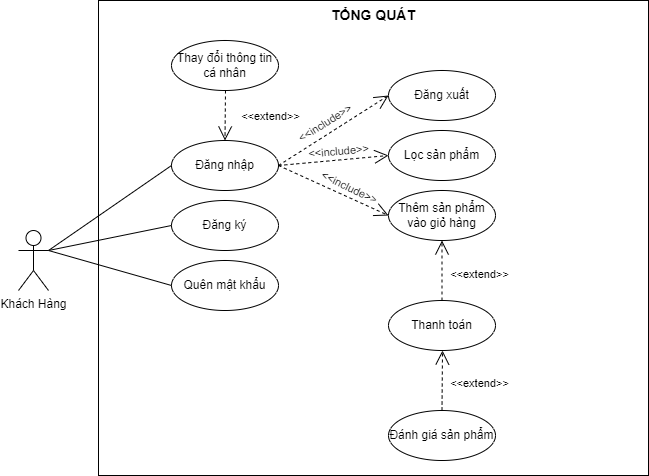
Before: report/images/usecase/DACS1-customer_global-usecase.drawio.png, a diagram exported from draw.io (vietviet08/CATCOSY). Source tidied: cells renumbered, new cells last; positions are measured from the earlier drawing's top-left corner, leaving out a move shared by most shapes.
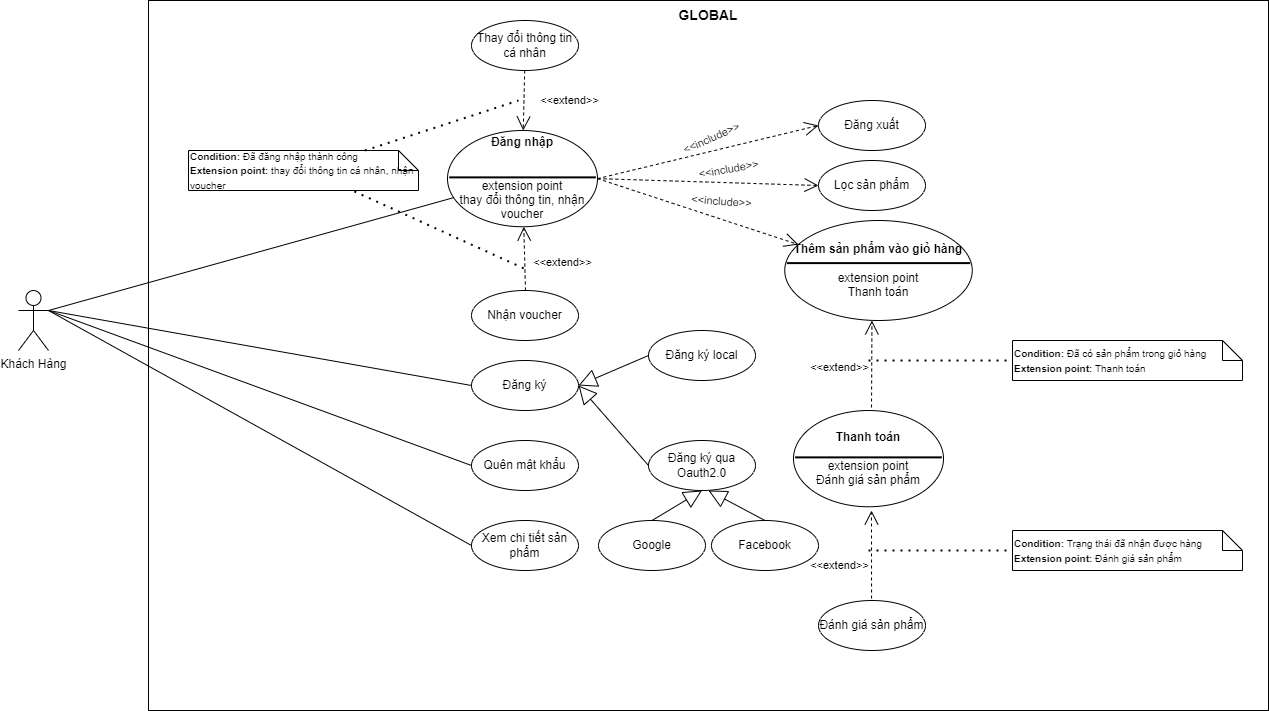
The same file after the commit.

Diff of the diagram source:
```diff
@@ -2,104 +2,201 @@
   <root>
     <mxCell id="0" />
     <mxCell id="1" parent="0" />
-    <mxCell id="2" style="edgeStyle=orthogonalEdgeStyle;rounded=0;jettySize=auto;html=1;exitX=1;exitY=0.3333333333333333;exitDx=0;exitDy=0;exitPerimeter=0;" parent="1" edge="1" source="3">
-      <mxGeometry relative="1" as="geometry">
-        <mxPoint x="30.5" y="250" as="targetPoint" />
-      </mxGeometry>
-    </mxCell>
     <mxCell id="3" value="Khách Hàng" style="shape=umlActor;verticalLabelPosition=bottom;verticalAlign=top;html=1;" parent="1" vertex="1">
-      <mxGeometry y="230" width="30" height="60" as="geometry" />
+      <mxGeometry x="-300" y="230" width="30" height="60" as="geometry" />
     </mxCell>
-    <mxCell id="4" value="&lt;span style=&quot;font-size: 14px;&quot;&gt;&lt;b&gt;TỔNG QUÁT&lt;/b&gt;&lt;/span&gt;" style="whiteSpace=wrap;html=1;verticalAlign=top;" parent="1" vertex="1">
-      <mxGeometry x="80" width="550" height="475" as="geometry" />
+    <mxCell id="4" value="&lt;span style=&quot;font-size: 14px;&quot;&gt;&lt;b&gt;GLOBAL&lt;/b&gt;&lt;/span&gt;" style="whiteSpace=wrap;html=1;verticalAlign=top;" parent="1" vertex="1">
+      <mxGeometry x="-170" y="-60" width="1120" height="710" as="geometry" />
     </mxCell>
-    <mxCell id="5" value="Đăng nhập" style="ellipse;whiteSpace=wrap;html=1;" parent="1" vertex="1">
-      <mxGeometry x="153" y="140" width="107" height="50" as="geometry" />
-    </mxCell>
-    <mxCell id="6" style="endArrow=none;html=1;rounded=0;exitX=1;exitY=0.3333333333333333;exitDx=0;exitDy=0;exitPerimeter=0;entryX=0;entryY=0.5;entryDx=0;entryDy=0;" parent="1" edge="1" source="3" target="5">
+    <mxCell id="6" style="endArrow=none;html=1;rounded=0;exitX=1;exitY=0.3333333333333333;exitDx=0;exitDy=0;exitPerimeter=0;" parent="1" edge="1" source="3" target="49">
       <mxGeometry relative="1" as="geometry" />
     </mxCell>
     <mxCell id="7" value="Đăng ký&lt;span style=&quot;color: rgba(0, 0, 0, 0); font-family: monospace; font-size: 0px; text-align: start; text-wrap: nowrap;&quot;&gt;%3CmxGraphModel%3E%3Croot%3E%3CmxCell%20id%3D%220%22%2F%3E%3CmxCell%20id%3D%221%22%20parent%3D%220%22%2F%3E%3CmxCell%20id%3D%222%22%20value%3D%22%C4%90%C4%83ng%20nh%E1%BA%ADp%22%20style%3D%22ellipse%3BwhiteSpace%3Dwrap%3Bhtml%3D1%3B%22%20vertex%3D%221%22%20parent%3D%221%22%3E%3CmxGeometry%20x%3D%22343%22%20y%3D%22200%22%20width%3D%22107%22%20height%3D%2250%22%20as%3D%22geometry%22%2F%3E%3C%2FmxCell%3E%3C%2Froot%3E%3C%2FmxGraphModel%3E&lt;/span&gt;" style="ellipse;whiteSpace=wrap;html=1;" parent="1" vertex="1">
-      <mxGeometry x="153" y="200" width="107" height="50" as="geometry" />
+      <mxGeometry x="153" y="300" width="107" height="50" as="geometry" />
     </mxCell>
     <mxCell id="8" value="Đăng xuất" style="ellipse;whiteSpace=wrap;html=1;" parent="1" vertex="1">
-      <mxGeometry x="370" y="70" width="107" height="50" as="geometry" />
+      <mxGeometry x="500" y="40" width="107" height="50" as="geometry" />
     </mxCell>
     <mxCell id="9" value="Quên mật khẩu" style="ellipse;whiteSpace=wrap;html=1;" parent="1" vertex="1">
-      <mxGeometry x="153" y="260" width="107" height="50" as="geometry" />
+      <mxGeometry x="153" y="380" width="107" height="50" as="geometry" />
     </mxCell>
     <mxCell id="10" value="Lọc sản phẩm" style="ellipse;whiteSpace=wrap;html=1;" parent="1" vertex="1">
-      <mxGeometry x="370" y="130" width="107" height="50" as="geometry" />
+      <mxGeometry x="500" y="100" width="107" height="50" as="geometry" />
     </mxCell>
-    <mxCell id="11" value="Thêm sản phẩm vào giỏ hàng" style="ellipse;whiteSpace=wrap;html=1;" parent="1" vertex="1">
-      <mxGeometry x="370" y="190" width="107" height="50" as="geometry" />
-    </mxCell>
     <mxCell id="12" style="endArrow=none;html=1;rounded=0;exitX=1;exitY=0.3333333333333333;exitDx=0;exitDy=0;exitPerimeter=0;entryX=0;entryY=0.5;entryDx=0;entryDy=0;" parent="1" edge="1" source="3" target="7">
       <mxGeometry relative="1" as="geometry" />
     </mxCell>
     <mxCell id="13" style="endArrow=none;html=1;rounded=0;exitX=1;exitY=0.3333333333333333;exitDx=0;exitDy=0;exitPerimeter=0;entryX=0;entryY=0.5;entryDx=0;entryDy=0;" parent="1" edge="1" source="3" target="9">
       <mxGeometry relative="1" as="geometry" />
     </mxCell>
-    <mxCell id="14" style="endArrow=open;endSize=12;dashed=1;html=1;rounded=0;exitX=1;exitY=0.5;exitDx=0;exitDy=0;entryX=0;entryY=0.5;entryDx=0;entryDy=0;" parent="1" edge="1" source="5" target="8">
+    <mxCell id="14" style="endArrow=open;endSize=12;dashed=1;html=1;rounded=0;exitX=1;exitY=0.5;exitDx=0;exitDy=0;entryX=0;entryY=0.5;entryDx=0;entryDy=0;" parent="1" edge="1" source="49" target="8">
       <mxGeometry relative="1" as="geometry" />
     </mxCell>
-    <mxCell id="15" value="&amp;lt;&amp;lt;include&amp;gt;&amp;gt;" style="edgeLabel;html=1;align=center;verticalAlign=middle;rotation=328;" parent="14" vertex="1">
+    <mxCell id="15" value="&amp;lt;&amp;lt;include&amp;gt;&amp;gt;" style="edgeLabel;html=1;align=center;verticalAlign=middle;rotation=336;" parent="14" vertex="1">
       <mxGeometry x="-0.05" y="4" relative="1" as="geometry">
-        <mxPoint x="-4" y="-5" as="offset" />
+        <mxPoint x="9" y="-11" as="offset" />
       </mxGeometry>
     </mxCell>
-    <mxCell id="16" style="endArrow=open;endSize=12;dashed=1;html=1;rounded=0;exitX=1;exitY=0.5;exitDx=0;exitDy=0;entryX=0;entryY=0.5;entryDx=0;entryDy=0;" parent="1" edge="1" source="5" target="10">
+    <mxCell id="16" style="endArrow=open;endSize=12;dashed=1;html=1;rounded=0;exitX=1;exitY=0.5;exitDx=0;exitDy=0;entryX=0;entryY=0.5;entryDx=0;entryDy=0;" parent="1" edge="1" source="49" target="10">
       <mxGeometry relative="1" as="geometry" />
     </mxCell>
-    <mxCell id="17" value="&amp;lt;&amp;lt;include&amp;gt;&amp;gt;" style="edgeLabel;html=1;align=center;verticalAlign=middle;rotation=-5;" parent="16" vertex="1">
+    <mxCell id="17" value="&amp;lt;&amp;lt;include&amp;gt;&amp;gt;" style="edgeLabel;html=1;align=center;verticalAlign=middle;rotation=350;" parent="16" vertex="1">
       <mxGeometry x="-0.05" y="4" relative="1" as="geometry">
-        <mxPoint x="8" y="-6" as="offset" />
+        <mxPoint x="25" y="-9" as="offset" />
       </mxGeometry>
     </mxCell>
-    <mxCell id="18" style="endArrow=open;endSize=12;dashed=1;html=1;rounded=0;exitX=1;exitY=0.5;exitDx=0;exitDy=0;entryX=0;entryY=0.5;entryDx=0;entryDy=0;" parent="1" edge="1" source="5" target="11">
+    <mxCell id="18" style="endArrow=open;endSize=12;dashed=1;html=1;rounded=0;exitX=1;exitY=0.5;exitDx=0;exitDy=0;" parent="1" edge="1" source="49" target="37">
       <mxGeometry relative="1" as="geometry" />
     </mxCell>
-    <mxCell id="19" value="&amp;lt;&amp;lt;include&amp;gt;&amp;gt;" style="edgeLabel;html=1;align=center;verticalAlign=middle;rotation=26;" parent="18" vertex="1">
+    <mxCell id="19" value="&amp;lt;&amp;lt;include&amp;gt;&amp;gt;" style="edgeLabel;html=1;align=center;verticalAlign=middle;rotation=4;" parent="18" vertex="1">
       <mxGeometry x="-0.05" y="4" relative="1" as="geometry">
-        <mxPoint x="17" y="1" as="offset" />
+        <mxPoint x="27" y="-5" as="offset" />
       </mxGeometry>
     </mxCell>
-    <mxCell id="20" value="Thanh toán" style="ellipse;whiteSpace=wrap;html=1;" parent="1" vertex="1">
-      <mxGeometry x="370" y="300" width="107" height="50" as="geometry" />
-    </mxCell>
-    <mxCell id="21" style="endArrow=open;endSize=12;dashed=1;html=1;rounded=0;exitX=0.5;exitY=0;exitDx=0;exitDy=0;entryX=0.5;entryY=1;entryDx=0;entryDy=0;" parent="1" edge="1" source="20" target="11">
-      <mxGeometry relative="1" as="geometry" />
+    <mxCell id="21" style="endArrow=open;endSize=12;dashed=1;html=1;rounded=0;entryX=0.465;entryY=1;entryDx=0;entryDy=0;entryPerimeter=0;" parent="1" edge="1" target="37">
+      <mxGeometry relative="1" as="geometry">
+        <mxPoint x="553" y="353" as="sourcePoint" />
+      </mxGeometry>
     </mxCell>
     <mxCell id="22" value="&amp;lt;&amp;lt;extend&amp;gt;&amp;gt;" style="edgeLabel;html=1;align=center;verticalAlign=middle;rotation=0;" parent="21" vertex="1">
       <mxGeometry x="-0.05" y="4" relative="1" as="geometry">
-        <mxPoint x="41" y="1" as="offset" />
+        <mxPoint x="-29" y="-2" as="offset" />
       </mxGeometry>
     </mxCell>
-    <mxCell id="23" value="Đánh giá sản phẩm" style="ellipse;whiteSpace=wrap;html=1;" parent="1" vertex="1">
-      <mxGeometry x="370" y="410" width="107" height="50" as="geometry" />
-    </mxCell>
-    <mxCell id="24" style="endArrow=open;endSize=12;dashed=1;html=1;rounded=0;exitX=0.5;exitY=0;exitDx=0;exitDy=0;entryX=0.5;entryY=1;entryDx=0;entryDy=0;" parent="1" edge="1" source="23">
+    <mxCell id="24" style="endArrow=open;endSize=12;dashed=1;html=1;rounded=0;exitX=0.5;exitY=0;exitDx=0;exitDy=0;" parent="1" edge="1">
       <mxGeometry relative="1" as="geometry">
-        <mxPoint x="424" y="350" as="targetPoint" />
+        <mxPoint x="553.1" y="550" as="sourcePoint" />
+        <mxPoint x="553" y="450" as="targetPoint" />
       </mxGeometry>
     </mxCell>
     <mxCell id="25" value="&amp;lt;&amp;lt;extend&amp;gt;&amp;gt;" style="edgeLabel;html=1;align=center;verticalAlign=middle;rotation=0;" parent="24" vertex="1">
       <mxGeometry x="-0.05" y="4" relative="1" as="geometry">
-        <mxPoint x="41" y="1" as="offset" />
+        <mxPoint x="-29" y="1" as="offset" />
       </mxGeometry>
     </mxCell>
     <mxCell id="26" value="Thay đổi thông tin cá nhân" style="ellipse;whiteSpace=wrap;html=1;" parent="1" vertex="1">
-      <mxGeometry x="153" y="40" width="107" height="50" as="geometry" />
+      <mxGeometry x="153" y="-40" width="107" height="50" as="geometry" />
     </mxCell>
-    <mxCell id="27" style="endArrow=open;endSize=12;dashed=1;html=1;rounded=0;entryX=0.5;entryY=0;entryDx=0;entryDy=0;" parent="1" edge="1" target="5">
-      <mxGeometry relative="1" as="geometry">
-        <mxPoint x="207" y="90" as="sourcePoint" />
-      </mxGeometry>
+    <mxCell id="27" style="endArrow=open;endSize=12;dashed=1;html=1;rounded=0;" parent="1" edge="1" source="26" target="49">
+      <mxGeometry relative="1" as="geometry" />
     </mxCell>
     <mxCell id="28" value="&amp;lt;&amp;lt;extend&amp;gt;&amp;gt;" style="edgeLabel;html=1;align=center;verticalAlign=middle;rotation=0;" parent="27" vertex="1">
       <mxGeometry x="-0.05" y="4" relative="1" as="geometry">
         <mxPoint x="41" y="1" as="offset" />
       </mxGeometry>
     </mxCell>
+    <mxCell id="29" value="Đăng ký local" style="ellipse;whiteSpace=wrap;html=1;" parent="1" vertex="1">
+      <mxGeometry x="330" y="270" width="107" height="50" as="geometry" />
+    </mxCell>
+    <mxCell id="30" value="Đăng ký qua Oauth2.0" style="ellipse;whiteSpace=wrap;html=1;" parent="1" vertex="1">
+      <mxGeometry x="330" y="380" width="107" height="50" as="geometry" />
+    </mxCell>
+    <mxCell id="31" value="Nhận voucher" style="ellipse;whiteSpace=wrap;html=1;" parent="1" vertex="1">
+      <mxGeometry x="153" y="230" width="107" height="50" as="geometry" />
+    </mxCell>
+    <mxCell id="32" style="endArrow=open;endSize=12;dashed=1;html=1;rounded=0;" parent="1" edge="1" target="49">
+      <mxGeometry relative="1" as="geometry">
+        <mxPoint x="207" y="230" as="sourcePoint" />
+      </mxGeometry>
+    </mxCell>
+    <mxCell id="33" value="&amp;lt;&amp;lt;extend&amp;gt;&amp;gt;" style="edgeLabel;html=1;align=center;verticalAlign=middle;rotation=0;" parent="32" vertex="1">
+      <mxGeometry x="-0.05" y="4" relative="1" as="geometry">
+        <mxPoint x="41" y="1" as="offset" />
+      </mxGeometry>
+    </mxCell>
+    <mxCell id="34" value="Xem chi tiết sản phẩm" style="ellipse;whiteSpace=wrap;html=1;" parent="1" vertex="1">
+      <mxGeometry x="153" y="460" width="107" height="50" as="geometry" />
+    </mxCell>
+    <mxCell id="35" style="endArrow=none;html=1;rounded=0;exitX=1;exitY=0.3333333333333333;exitDx=0;exitDy=0;exitPerimeter=0;entryX=0;entryY=0.5;entryDx=0;entryDy=0;" parent="1" edge="1" source="3" target="34">
+      <mxGeometry relative="1" as="geometry" />
+    </mxCell>
+    <mxCell id="36" style="group;" parent="1" vertex="1">
+      <mxGeometry x="460" y="160" width="200" height="100" as="geometry" />
+    </mxCell>
+    <mxCell id="37" value="&lt;div&gt;&lt;b&gt;Thêm sản phẩm vào giỏ hàng&lt;/b&gt;&lt;/div&gt;&lt;div&gt;&lt;br&gt;&lt;/div&gt;&lt;div&gt;extension point&lt;/div&gt;&lt;div&gt;Thanh toán&lt;br&gt;&lt;/div&gt;" style="ellipse;whiteSpace=wrap;html=1;" parent="36" vertex="1">
+      <mxGeometry x="6.2" width="187.5" height="100" as="geometry" />
+    </mxCell>
+    <mxCell id="38" style="group;" parent="36" vertex="1">
+      <mxGeometry y="42" width="200" height="9.1" as="geometry" />
+    </mxCell>
+    <mxCell id="39" style="line;strokeWidth=2;html=1;" parent="38" vertex="1">
+      <mxGeometry x="8.3" width="183.3" height="1.1" as="geometry" />
+    </mxCell>
+    <mxCell id="40" value="&lt;font style=&quot;font-size: 10px;&quot;&gt;&lt;b&gt;Condition:&lt;/b&gt;&amp;nbsp;Đã có sản phẩm trong giỏ hàng&lt;/font&gt;&lt;div&gt;&lt;span style=&quot;font-size: 10px;&quot;&gt;&lt;b&gt;Extension point:&lt;/b&gt;&amp;nbsp;Thanh toán&lt;/span&gt;&lt;/div&gt;" style="shape=note;size=20;whiteSpace=wrap;html=1;align=left;" parent="1" vertex="1">
+      <mxGeometry x="694" y="280" width="230" height="40" as="geometry" />
+    </mxCell>
+    <mxCell id="41" style="endArrow=none;dashed=1;html=1;dashPattern=1 3;strokeWidth=2;rounded=0;entryX=0;entryY=0.5;entryDx=0;entryDy=0;entryPerimeter=0;" parent="1" edge="1" target="40">
+      <mxGeometry relative="1" as="geometry">
+        <mxPoint x="550" y="300" as="sourcePoint" />
+      </mxGeometry>
+    </mxCell>
+    <mxCell id="42" style="group;" parent="1" vertex="1">
+      <mxGeometry x="470" y="350" width="160" height="96.2" as="geometry" />
+    </mxCell>
+    <mxCell id="43" value="&lt;div&gt;&lt;b&gt;Thanh toán&lt;/b&gt;&lt;/div&gt;&lt;div&gt;&lt;br&gt;&lt;/div&gt;&lt;div&gt;extension point&lt;/div&gt;&lt;div&gt;Đánh giá sản phẩm&lt;/div&gt;" style="ellipse;whiteSpace=wrap;html=1;" parent="42" vertex="1">
+      <mxGeometry x="5" width="150" height="96.2" as="geometry" />
+    </mxCell>
+    <mxCell id="44" style="group;" parent="42" vertex="1">
+      <mxGeometry y="46.2" width="160" height="10" as="geometry" />
+    </mxCell>
+    <mxCell id="45" style="line;strokeWidth=2;html=1;" parent="44" vertex="1">
+      <mxGeometry x="6.7" width="146.7" height="1.2" as="geometry" />
+    </mxCell>
+    <mxCell id="46" value="&lt;font style=&quot;font-size: 10px;&quot;&gt;&lt;b&gt;Condition: &lt;/b&gt;Trạng thái đã nhận được hàng&lt;/font&gt;&lt;div&gt;&lt;span style=&quot;font-size: 10px;&quot;&gt;&lt;b&gt;Extension point:&lt;/b&gt;&amp;nbsp;Đánh giá sản phẩm&lt;/span&gt;&lt;span style=&quot;color: rgba(0, 0, 0, 0); font-family: monospace; font-size: 0px; text-wrap: nowrap; background-color: initial;&quot;&gt;%3CmxGraphModel%3E%3Croot%3E%3CmxCell%20id%3D%220%22%2F%3E%3CmxCell%20id%3D%221%22%20parent%3D%220%22%2F%3E%3CmxCell%20id%3D%222%22%20value%3D%22X%C3%A1c%20nh%E1%BA%ADn%20m%E1%BA%ADt%20kh%E1%BA%A9u%20m%E1%BB%9Bi%22%20style%3D%22ellipse%3BwhiteSpace%3Dwrap%3Bhtml%3D1%3B%22%20vertex%3D%221%22%20parent%3D%221%22%3E%3CmxGeometry%20x%3D%22456.5%22%20y%3D%22480%22%20width%3D%22107%22%20height%3D%2250%22%20as%3D%22geometry%22%2F%3E%3C%2FmxCell%3E%3C%2Froot%3E%3C%2FmxGraphModel%3E&lt;/span&gt;&lt;/div&gt;" style="shape=note;size=20;whiteSpace=wrap;html=1;align=left;" parent="1" vertex="1">
+      <mxGeometry x="694" y="470" width="230" height="40" as="geometry" />
+    </mxCell>
+    <mxCell id="47" style="endArrow=none;dashed=1;html=1;dashPattern=1 3;strokeWidth=2;rounded=0;entryX=0;entryY=0.5;entryDx=0;entryDy=0;entryPerimeter=0;" parent="1" edge="1" target="46">
+      <mxGeometry relative="1" as="geometry">
+        <mxPoint x="550" y="490" as="sourcePoint" />
+      </mxGeometry>
+    </mxCell>
+    <mxCell id="23" value="Đánh giá sản phẩm" style="ellipse;whiteSpace=wrap;html=1;" parent="1" vertex="1">
+      <mxGeometry x="500" y="540" width="107" height="50" as="geometry" />
+    </mxCell>
+    <mxCell id="48" style="group;" parent="1" vertex="1">
+      <mxGeometry x="124" y="70" width="160" height="96.2" as="geometry" />
+    </mxCell>
+    <mxCell id="49" value="&lt;div&gt;&lt;b&gt;Đăng nhập&lt;/b&gt;&lt;/div&gt;&lt;div&gt;&lt;b&gt;&lt;br&gt;&lt;/b&gt;&lt;/div&gt;&lt;div&gt;&lt;b&gt;&lt;br&gt;&lt;/b&gt;&lt;/div&gt;&lt;div&gt;extension point&lt;/div&gt;&lt;div&gt;thay đổi thông tin, nhận voucher&lt;/div&gt;" style="ellipse;whiteSpace=wrap;html=1;" parent="48" vertex="1">
+      <mxGeometry x="5" width="150" height="96.2" as="geometry" />
+    </mxCell>
+    <mxCell id="50" style="group;" parent="48" vertex="1">
+      <mxGeometry y="46.2" width="160" height="10" as="geometry" />
+    </mxCell>
+    <mxCell id="51" style="line;strokeWidth=2;html=1;" parent="50" vertex="1">
+      <mxGeometry x="6.7" width="146.7" height="1.2" as="geometry" />
+    </mxCell>
+    <mxCell id="52" value="&lt;font style=&quot;font-size: 10px;&quot;&gt;&lt;b&gt;Condition:&lt;/b&gt;&amp;nbsp;Đã đăng nhập thành công&lt;/font&gt;&lt;div&gt;&lt;span style=&quot;font-size: 10px;&quot;&gt;&lt;b&gt;Extension point:&lt;/b&gt;&amp;nbsp;thay đổi thông tin cá nhân, nhận voucher&lt;/span&gt;&lt;/div&gt;" style="shape=note;size=20;whiteSpace=wrap;html=1;align=left;" parent="1" vertex="1">
+      <mxGeometry x="-130" y="90" width="230" height="40" as="geometry" />
+    </mxCell>
+    <mxCell id="53" style="endArrow=none;dashed=1;html=1;dashPattern=1 3;strokeWidth=2;rounded=0;" parent="1" edge="1" source="52">
+      <mxGeometry relative="1" as="geometry">
+        <mxPoint x="200" y="40" as="targetPoint" />
+      </mxGeometry>
+    </mxCell>
+    <mxCell id="54" style="endArrow=none;dashed=1;html=1;dashPattern=1 3;strokeWidth=2;rounded=0;exitX=0.721;exitY=1.023;exitDx=0;exitDy=0;exitPerimeter=0;" parent="1" edge="1" source="52">
+      <mxGeometry relative="1" as="geometry">
+        <mxPoint x="210" y="210" as="targetPoint" />
+      </mxGeometry>
+    </mxCell>
+    <mxCell id="55" style="endArrow=block;endSize=16;endFill=0;html=1;rounded=0;entryX=1;entryY=0.5;entryDx=0;entryDy=0;exitX=0;exitY=0.5;exitDx=0;exitDy=0;" parent="1" edge="1" source="29" target="7">
+      <mxGeometry relative="1" as="geometry" />
+    </mxCell>
+    <mxCell id="56" style="endArrow=block;endSize=16;endFill=0;html=1;rounded=0;entryX=1;entryY=0.5;entryDx=0;entryDy=0;exitX=0;exitY=0.5;exitDx=0;exitDy=0;" parent="1" edge="1" source="30" target="7">
+      <mxGeometry relative="1" as="geometry" />
+    </mxCell>
+    <mxCell id="57" value="Google" style="ellipse;whiteSpace=wrap;html=1;" parent="1" vertex="1">
+      <mxGeometry x="280" y="460" width="107" height="50" as="geometry" />
+    </mxCell>
+    <mxCell id="58" style="endArrow=block;endSize=16;endFill=0;html=1;rounded=0;entryX=0.5;entryY=1;entryDx=0;entryDy=0;exitX=0.5;exitY=0;exitDx=0;exitDy=0;" parent="1" edge="1" source="57" target="30">
+      <mxGeometry relative="1" as="geometry" />
+    </mxCell>
+    <mxCell id="59" value="Facebook" style="ellipse;whiteSpace=wrap;html=1;" parent="1" vertex="1">
+      <mxGeometry x="393" y="460" width="107" height="50" as="geometry" />
+    </mxCell>
+    <mxCell id="60" style="endArrow=block;endSize=16;endFill=0;html=1;rounded=0;exitX=0.5;exitY=0;exitDx=0;exitDy=0;" parent="1" edge="1" source="59">
+      <mxGeometry relative="1" as="geometry">
+        <mxPoint x="390" y="430" as="targetPoint" />
+      </mxGeometry>
+    </mxCell>
   </root>
 </mxGraphModel>
```
